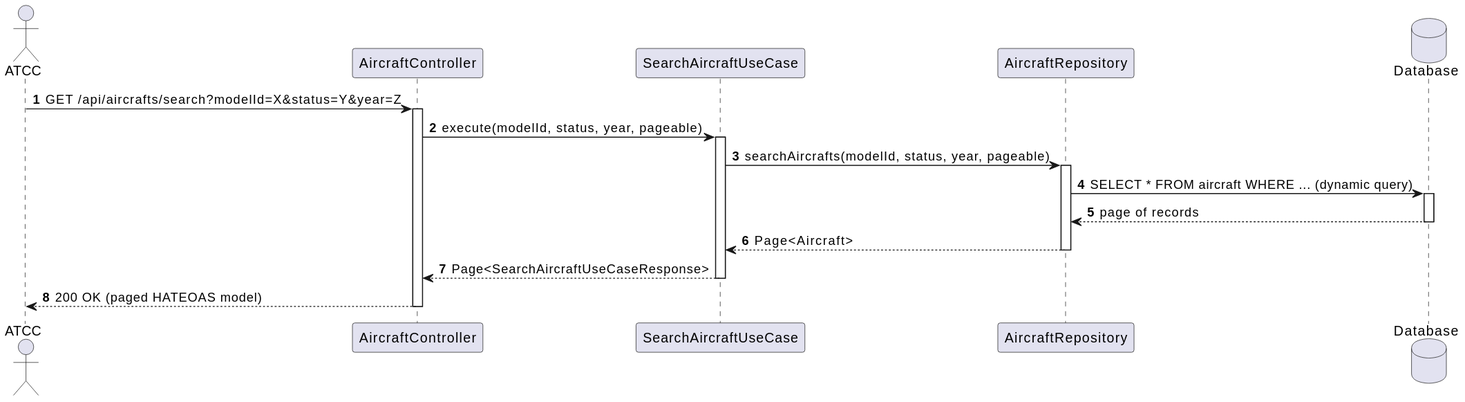
The PlantUML diagram docs/system-documentation/use-cases/WP1A/US104/svg/sd_us104.svg in VascoMagolo/psoft_1231562_1241692_1242036_2db, before a commit.
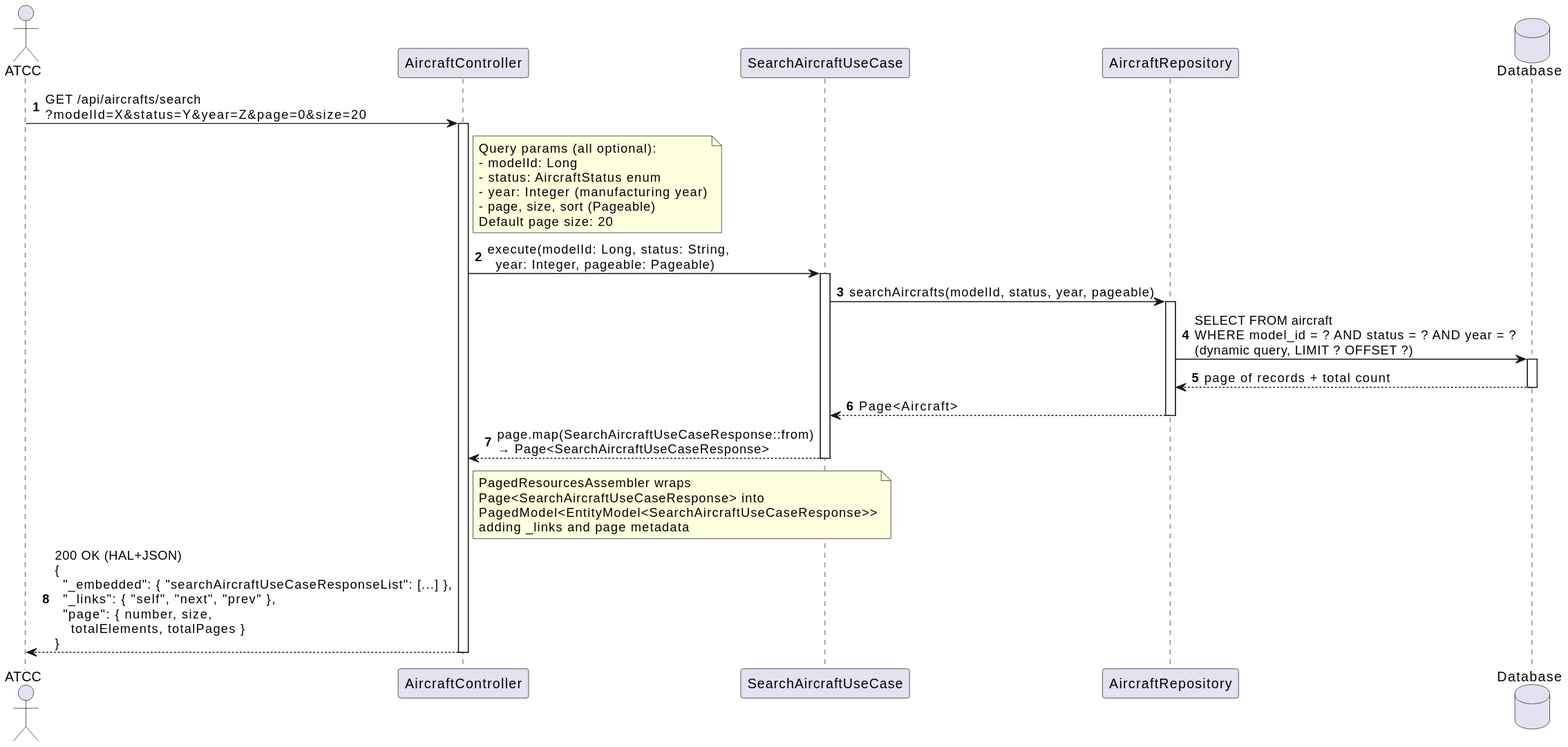
The same diagram one commit later.

What changed in the source:
```diff
@@ -5,20 +5,41 @@
 participant "SearchAircraftUseCase" as UC
 participant "AircraftRepository" as Repo
 database "Database" as DB
-ATCC -> Ctrl : GET /api/aircrafts/search?modelId=X&status=Y&year=Z
+
+ATCC -> Ctrl : GET /api/aircrafts/search\n?modelId=X&status=Y&year=Z&page=0&size=20
 activate Ctrl
-Ctrl -> UC : execute(modelId, status, year, pageable)
+
+note right of Ctrl
+  Query params (all optional):
+  - modelId: Long
+  - status: AircraftStatus enum
+  - year: Integer (manufacturing year)
+  - page, size, sort (Pageable)
+  Default page size: 20
+end note
+
+Ctrl -> UC : execute(modelId: Long, status: String,\n  year: Integer, pageable: Pageable)
 activate UC
+
 UC -> Repo : searchAircrafts(modelId, status, year, pageable)
 activate Repo
-Repo -> DB : SELECT * FROM aircraft WHERE ... (dynamic query)
+Repo -> DB : SELECT FROM aircraft\nWHERE model_id = ? AND status = ? AND year = ?\n(dynamic query, LIMIT ? OFFSET ?)
 activate DB
-DB --> Repo : page of records
+DB --> Repo : page of records + total count
 deactivate DB
 Repo --> UC : Page<Aircraft>
 deactivate Repo
-UC --> Ctrl : Page<SearchAircraftUseCaseResponse>
+
+UC --> Ctrl : page.map(SearchAircraftUseCaseResponse::from)\n→ Page<SearchAircraftUseCaseResponse>
 deactivate UC
-Ctrl --> ATCC : 200 OK (paged HATEOAS model)
+
+note right of Ctrl
+  PagedResourcesAssembler wraps
+  Page<SearchAircraftUseCaseResponse> into
+  PagedModel<EntityModel<SearchAircraftUseCaseResponse>>
+  adding _links and page metadata
+end note
+
+ATCC <-- Ctrl : 200 OK (HAL+JSON)\n{\n  "_embedded": { "searchAircraftUseCaseResponseList": [...] },\n  "_links": { "self", "next", "prev" },\n  "page": { number, size,\n    totalElements, totalPages }\n}
 deactivate Ctrl
 @enduml
```
